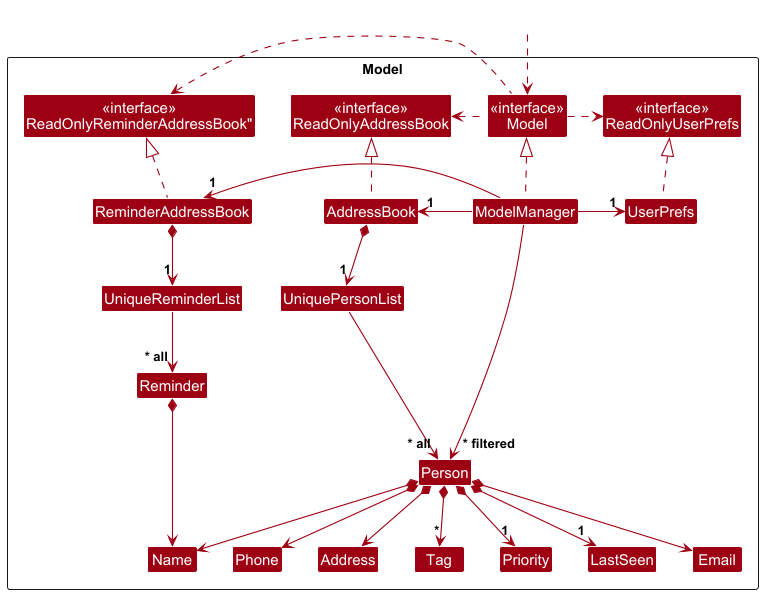
nus-cs2103-AY2425S1/tp keeps this PlantUML diagram as docs/images/ModelClassDiagram.png. Above is the earlier version.
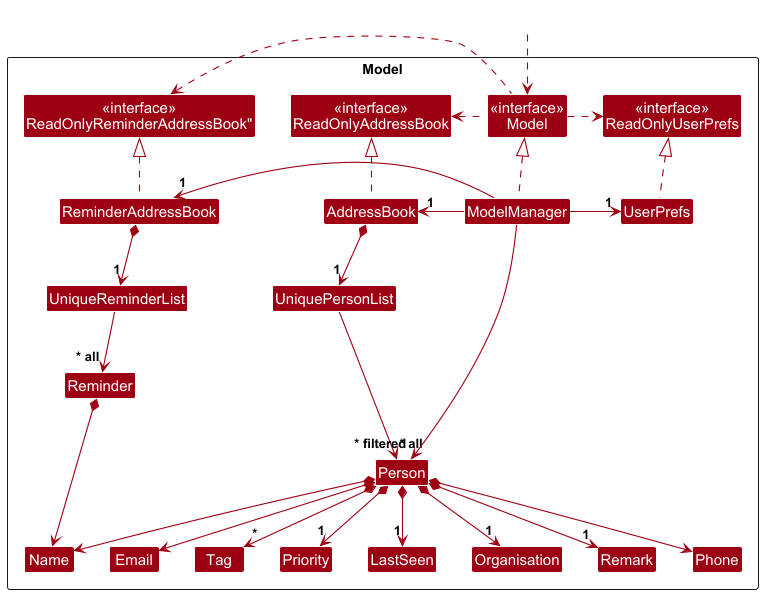
Later version of the same file.

Change to the diagram source:
```diff
@@ -16,7 +16,6 @@
 
 Class UniquePersonList
 Class Person
-Class Address
 Class Email
 Class Name
 Class Phone
@@ -25,6 +24,8 @@
 Class LastSeen
 Class Reminder
 Class UniqueReminderList
+Class Organisation
+Class Remark
 
 Class I #FFFFFF
 }
@@ -52,17 +53,16 @@
 Person *--> Name
 Person *--> Phone
 Person *--> Email
-Person *--> Address
 Person *--> "*" Tag
 Person *--> "1" Priority
 Person *--> "1" LastSeen
+Person *--> "1" Organisation
+Person *--> "1" Remark
 
 Person -[hidden]up--> I
 UniquePersonList -[hidden]right-> I
 
 Name -[hidden]right-> Phone
-Phone -[hidden]right-> Address
-Address -[hidden]right-> Email
 
 ModelManager --> "~* filtered" Person
 @enduml
```
